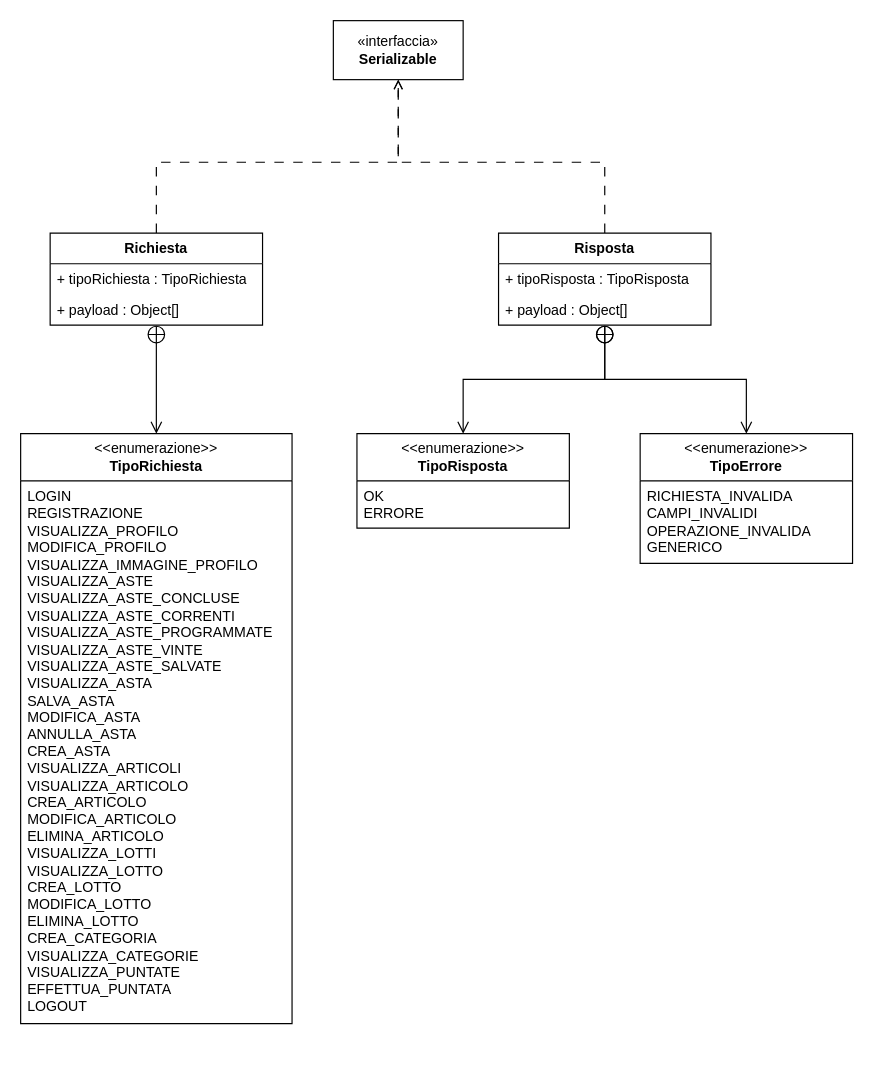
This is documenti/DC-Aste.drawio from Chaos-Rat/GAO, a draw.io file, before an edit. Source tidied: cells renumbered, new cells numbered last; positions are measured from the earlier drawing's top-left corner, leaving out a move shared by most shapes. Both pictures are drawn from the tidied source at 118%, with x=0, y=0 at pixel (20, 20).
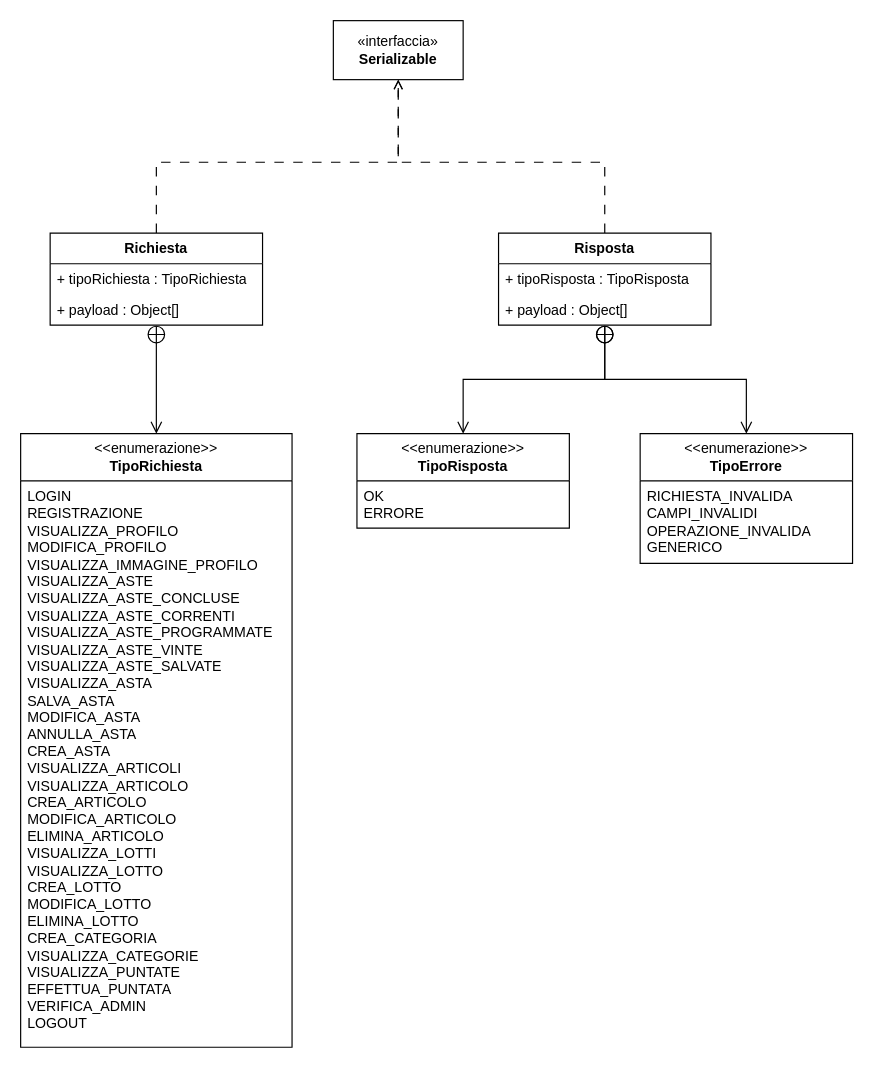
The same page after the edit.

The edit, as a diff of the source:
```diff
@@
     <mxCell id="2" value="&lt;div&gt;&amp;lt;&amp;lt;enumerazione&amp;gt;&amp;gt;&lt;/div&gt;&lt;b&gt;TipoRichiesta&lt;/b&gt;" style="swimlane;fontStyle=0;horizontal=1;startSize=40;fillColor=none;whiteSpace=wrap;html=1;" parent="1" vertex="1">
-      <mxGeometry y="350" width="230" height="500" as="geometry" />
+      <mxGeometry y="350" width="230" height="520" as="geometry" />
     </mxCell>
-    <mxCell id="3" value="LOGIN&lt;div&gt;REGISTRAZIONE&lt;/div&gt;&lt;div&gt;VISUALIZZA_PROFILO&lt;/div&gt;&lt;div&gt;MODIFICA_PROFILO&lt;/div&gt;&lt;div&gt;VISUALIZZA_IMMAGINE_PROFILO&lt;/div&gt;&lt;div&gt;VISUALIZZA_ASTE&lt;/div&gt;&lt;div&gt;VISUALIZZA_ASTE_CONCLUSE&lt;/div&gt;&lt;div&gt;VISUALIZZA_ASTE_CORRENTI&lt;/div&gt;&lt;div&gt;VISUALIZZA_ASTE_PROGRAMMATE&lt;/div&gt;&lt;div&gt;VISUALIZZA_ASTE_VINTE&lt;/div&gt;&lt;div&gt;VISUALIZZA_ASTE_SALVATE&lt;/div&gt;&lt;div&gt;VISUALIZZA_ASTA&lt;/div&gt;&lt;div&gt;SALVA_ASTA&lt;/div&gt;&lt;div&gt;MODIFICA_ASTA&lt;/div&gt;&lt;div&gt;ANNULLA_ASTA&lt;/div&gt;&lt;div&gt;CREA_ASTA&lt;/div&gt;&lt;div&gt;VISUALIZZA_ARTICOLI&lt;/div&gt;&lt;div&gt;VISUALIZZA_ARTICOLO&lt;/div&gt;&lt;div&gt;CREA_ARTICOLO&lt;/div&gt;&lt;div&gt;MODIFICA_ARTICOLO&lt;/div&gt;&lt;div&gt;ELIMINA_ARTICOLO&lt;/div&gt;&lt;div&gt;VISUALIZZA_LOTTI&lt;/div&gt;&lt;div&gt;VISUALIZZA_LOTTO&lt;/div&gt;&lt;div&gt;CREA_LOTTO&lt;/div&gt;&lt;div&gt;MODIFICA_LOTTO&lt;/div&gt;&lt;div&gt;ELIMINA_LOTTO&lt;/div&gt;&lt;div&gt;CREA_CATEGORIA&lt;/div&gt;&lt;div&gt;VISUALIZZA_CATEGORIE&lt;/div&gt;&lt;div&gt;VISUALIZZA_PUNTATE&lt;/div&gt;&lt;div&gt;EFFETTUA_PUNTATA&lt;/div&gt;&lt;div&gt;LOGOUT&lt;/div&gt;" style="text;strokeColor=none;fillColor=none;align=left;verticalAlign=top;spacingLeft=4;spacingRight=4;overflow=hidden;whiteSpace=wrap;html=1;" parent="2" vertex="1">
-      <mxGeometry y="40" width="230" height="460" as="geometry" />
+    <mxCell id="3" value="LOGIN&lt;div&gt;REGISTRAZIONE&lt;/div&gt;&lt;div&gt;VISUALIZZA_PROFILO&lt;/div&gt;&lt;div&gt;MODIFICA_PROFILO&lt;/div&gt;&lt;div&gt;VISUALIZZA_IMMAGINE_PROFILO&lt;/div&gt;&lt;div&gt;VISUALIZZA_ASTE&lt;/div&gt;&lt;div&gt;VISUALIZZA_ASTE_CONCLUSE&lt;/div&gt;&lt;div&gt;VISUALIZZA_ASTE_CORRENTI&lt;/div&gt;&lt;div&gt;VISUALIZZA_ASTE_PROGRAMMATE&lt;/div&gt;&lt;div&gt;VISUALIZZA_ASTE_VINTE&lt;/div&gt;&lt;div&gt;VISUALIZZA_ASTE_SALVATE&lt;/div&gt;&lt;div&gt;VISUALIZZA_ASTA&lt;/div&gt;&lt;div&gt;SALVA_ASTA&lt;/div&gt;&lt;div&gt;MODIFICA_ASTA&lt;/div&gt;&lt;div&gt;ANNULLA_ASTA&lt;/div&gt;&lt;div&gt;CREA_ASTA&lt;/div&gt;&lt;div&gt;VISUALIZZA_ARTICOLI&lt;/div&gt;&lt;div&gt;VISUALIZZA_ARTICOLO&lt;/div&gt;&lt;div&gt;CREA_ARTICOLO&lt;/div&gt;&lt;div&gt;MODIFICA_ARTICOLO&lt;/div&gt;&lt;div&gt;ELIMINA_ARTICOLO&lt;/div&gt;&lt;div&gt;VISUALIZZA_LOTTI&lt;/div&gt;&lt;div&gt;VISUALIZZA_LOTTO&lt;/div&gt;&lt;div&gt;CREA_LOTTO&lt;/div&gt;&lt;div&gt;MODIFICA_LOTTO&lt;/div&gt;&lt;div&gt;ELIMINA_LOTTO&lt;/div&gt;&lt;div&gt;CREA_CATEGORIA&lt;/div&gt;&lt;div&gt;VISUALIZZA_CATEGORIE&lt;/div&gt;&lt;div&gt;VISUALIZZA_PUNTATE&lt;/div&gt;&lt;div&gt;EFFETTUA_PUNTATA&lt;/div&gt;&lt;div&gt;VERIFICA_ADMIN&lt;/div&gt;&lt;div&gt;LOGOUT&lt;/div&gt;" style="text;strokeColor=none;fillColor=none;align=left;verticalAlign=top;spacingLeft=4;spacingRight=4;overflow=hidden;whiteSpace=wrap;html=1;" parent="2" vertex="1">
+      <mxGeometry y="40" width="230" height="480" as="geometry" />
     </mxCell>
```
